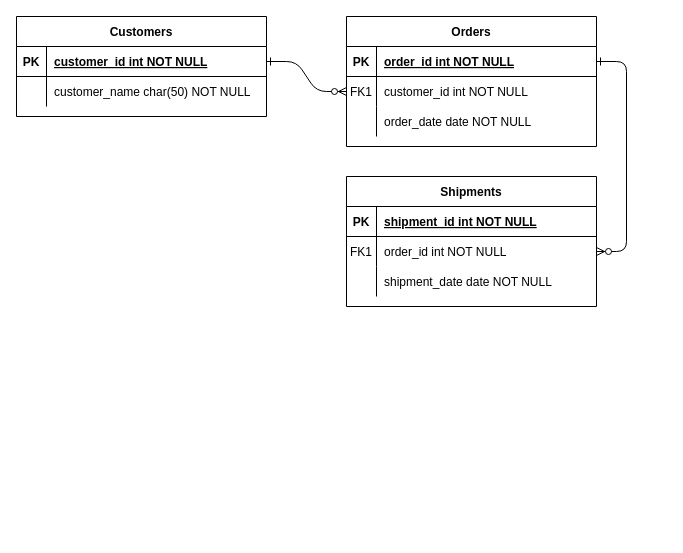
cienwfp/dbAula5 keeps this draw.io diagram as Untitled Diagram.drawio. Above is the earlier version. Source tidied: cells renumbered, new cells numbered last; positions are measured from the earlier drawing's top-left corner, leaving out a move shared by most shapes. Both pictures are drawn from the tidied source at 100%, with x=0, y=0 at pixel (16, 16).
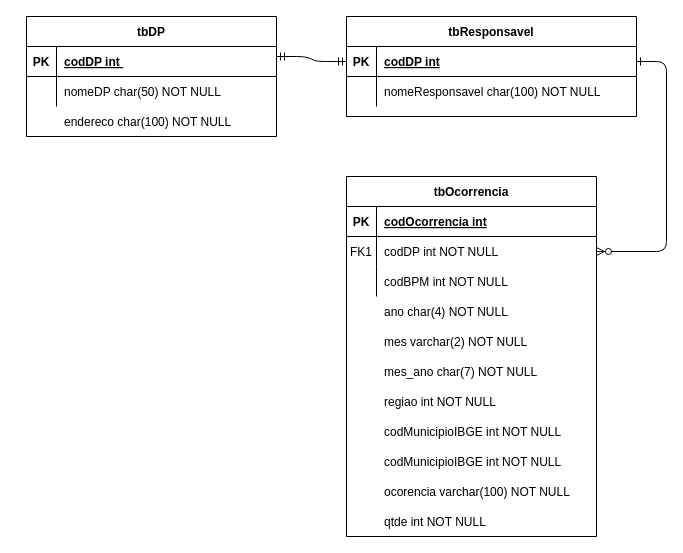
Above is the later version.

Unchanged cells that the change refers to:
```xml
<mxCell id="15" style="shape=partialRectangle;fillColor=none;top=0;left=0;right=0;bottom=1;" parent="14" vertex="1">
  <mxGeometry y="30" width="250" height="30" as="geometry" />
</mxCell>
<mxCell id="18" style="shape=partialRectangle;fillColor=none;points=[[0,0.5],[1,0.5]];portConstraint=eastwest;top=0;left=0;right=0;bottom=0;" parent="14" vertex="1">
  <mxGeometry y="60" width="250" height="30" as="geometry" />
</mxCell>
<mxCell id="21" style="shape=partialRectangle;fillColor=none;top=0;left=0;right=0;bottom=0;" parent="14" vertex="1">
  <mxGeometry y="90" width="250" height="30" as="geometry" />
</mxCell>
<mxCell id="25" style="shape=partialRectangle;fillColor=none;points=[[0,0.5],[1,0.5]];portConstraint=eastwest;top=0;left=0;right=0;bottom=1;" parent="24" vertex="1">
  <mxGeometry y="30" width="250" height="30" as="geometry" />
</mxCell>
<mxCell id="28" style="shape=partialRectangle;fillColor=none;top=0;left=0;right=0;bottom=0;" parent="24" vertex="1">
  <mxGeometry y="60" width="250" height="30" as="geometry" />
</mxCell>
```

Change to the diagram source:
```diff
@@
-    <mxCell id="2" style="edgeStyle=entityRelationEdgeStyle;endArrow=ERzeroToMany;startArrow=ERone;endFill=1;startFill=0;" parent="1" edge="1" source="25" target="8">
-      <mxGeometry relative="1" as="geometry" />
-    </mxCell>
@@
-    <mxCell id="4" value="Orders" style="shape=table;startSize=30;childLayout=tableLayout;rowLines=0;fontStyle=1;align=center;" parent="1" vertex="1">
-      <mxGeometry x="330" width="250" height="130" as="geometry" />
+    <mxCell id="4" value="tbResponsavel" style="shape=table;startSize=30;childLayout=tableLayout;rowLines=0;fontStyle=1;align=center;" parent="1" vertex="1">
+      <mxGeometry x="330" width="290" height="100" as="geometry" />
     </mxCell>
     <mxCell id="5" style="shape=partialRectangle;fillColor=none;points=[[0,0.5],[1,0.5]];portConstraint=eastwest;top=0;left=0;right=0;bottom=1;" parent="4" vertex="1">
-      <mxGeometry y="30" width="250" height="30" as="geometry" />
+      <mxGeometry y="30" width="290" height="30" as="geometry" />
     </mxCell>
@@
-    <mxCell id="7" value="order_id int NOT NULL " style="shape=partialRectangle;overflow=hidden;fillColor=none;top=0;left=0;bottom=0;right=0;align=left;spacingLeft=6;fontStyle=5;" parent="5" vertex="1">
-      <mxGeometry x="30" width="220" height="30" as="geometry" />
+    <mxCell id="7" value="codDP int" style="shape=partialRectangle;overflow=hidden;fillColor=none;top=0;left=0;bottom=0;right=0;align=left;spacingLeft=6;fontStyle=5;" parent="5" vertex="1">
+      <mxGeometry x="30" width="260" height="30" as="geometry" />
     </mxCell>
     <mxCell id="8" style="shape=partialRectangle;fillColor=none;points=[[0,0.5],[1,0.5]];portConstraint=eastwest;top=0;left=0;right=0;bottom=0;" parent="4" vertex="1">
-      <mxGeometry y="60" width="250" height="30" as="geometry" />
+      <mxGeometry y="60" width="290" height="30" as="geometry" />
     </mxCell>
-    <mxCell id="9" value="FK1" style="shape=partialRectangle;overflow=hidden;fillColor=none;top=0;left=0;bottom=0;right=0;" parent="8" vertex="1">
+    <mxCell id="9" style="shape=partialRectangle;overflow=hidden;fillColor=none;top=0;left=0;bottom=0;right=0;" parent="8" vertex="1">
       <mxGeometry width="30" height="30" as="geometry" />
     </mxCell>
-    <mxCell id="10" value="customer_id int NOT NULL" style="shape=partialRectangle;overflow=hidden;fillColor=none;top=0;left=0;bottom=0;right=0;align=left;spacingLeft=6;" parent="8" vertex="1">
-      <mxGeometry x="30" width="220" height="30" as="geometry" />
+    <mxCell id="10" value="nomeResponsavel char(100) NOT NULL" style="shape=partialRectangle;overflow=hidden;fillColor=none;top=0;left=0;bottom=0;right=0;align=left;spacingLeft=6;" parent="8" vertex="1">
+      <mxGeometry x="30" width="260" height="30" as="geometry" />
     </mxCell>
-    <mxCell id="11" style="shape=partialRectangle;fillColor=none;top=0;left=0;right=0;bottom=0;" parent="4" vertex="1">
-      <mxGeometry y="90" width="250" height="30" as="geometry" />
-    </mxCell>
-    <mxCell id="12" style="shape=partialRectangle;overflow=hidden;fillColor=none;top=0;left=0;bottom=0;right=0;" parent="11" vertex="1">
-      <mxGeometry width="30" height="30" as="geometry" />
-    </mxCell>
-    <mxCell id="13" value="order_date date NOT NULL" style="shape=partialRectangle;overflow=hidden;fillColor=none;top=0;left=0;bottom=0;right=0;align=left;spacingLeft=6;" parent="11" vertex="1">
-      <mxGeometry x="30" width="220" height="30" as="geometry" />
-    </mxCell>
-    <mxCell id="14" value="Shipments" style="shape=table;startSize=30;childLayout=tableLayout;rowLines=0;fontStyle=1;align=center;" parent="1" vertex="1">
-      <mxGeometry x="330" y="160" width="250" height="130" as="geometry" />
+    <mxCell id="14" value="tbOcorrencia" style="shape=table;startSize=30;childLayout=tableLayout;rowLines=0;fontStyle=1;align=center;" parent="1" vertex="1">
+      <mxGeometry x="330" y="160" width="250" height="360" as="geometry" />
     </mxCell>
@@
-    <mxCell id="17" value="shipment_id int NOT NULL " style="shape=partialRectangle;overflow=hidden;fillColor=none;top=0;left=0;bottom=0;right=0;align=left;spacingLeft=6;fontStyle=5;" parent="15" vertex="1">
+    <mxCell id="17" value="codOcorrencia int" style="shape=partialRectangle;overflow=hidden;fillColor=none;top=0;left=0;bottom=0;right=0;align=left;spacingLeft=6;fontStyle=5;" parent="15" vertex="1">
       <mxGeometry x="30" width="220" height="30" as="geometry" />
     </mxCell>
@@
-    <mxCell id="20" value="order_id int NOT NULL" style="shape=partialRectangle;overflow=hidden;fillColor=none;top=0;left=0;bottom=0;right=0;align=left;spacingLeft=6;" parent="18" vertex="1">
+    <mxCell id="20" value="codDP int NOT NULL" style="shape=partialRectangle;overflow=hidden;fillColor=none;top=0;left=0;bottom=0;right=0;align=left;spacingLeft=6;" parent="18" vertex="1">
       <mxGeometry x="30" width="220" height="30" as="geometry" />
     </mxCell>
@@
-    <mxCell id="23" value="shipment_date date NOT NULL" style="shape=partialRectangle;overflow=hidden;fillColor=none;top=0;left=0;bottom=0;right=0;align=left;spacingLeft=6;" parent="21" vertex="1">
+    <mxCell id="23" value="codBPM int NOT NULL" style="shape=partialRectangle;overflow=hidden;fillColor=none;top=0;left=0;bottom=0;right=0;align=left;spacingLeft=6;" parent="21" vertex="1">
       <mxGeometry x="30" width="220" height="30" as="geometry" />
     </mxCell>
-    <mxCell id="24" value="Customers" style="shape=table;startSize=30;childLayout=tableLayout;rowLines=0;fontStyle=1;align=center;" parent="1" vertex="1">
-      <mxGeometry width="250" height="100" as="geometry" />
+    <mxCell id="24" value="tbDP" style="shape=table;startSize=30;childLayout=tableLayout;rowLines=0;fontStyle=1;align=center;" parent="1" vertex="1">
+      <mxGeometry x="10" width="250" height="120" as="geometry" />
     </mxCell>
@@
-    <mxCell id="27" value="customer_id int NOT NULL " style="shape=partialRectangle;overflow=hidden;fillColor=none;top=0;left=0;bottom=0;right=0;align=left;spacingLeft=6;fontStyle=5;" parent="25" vertex="1">
+    <mxCell id="27" value="codDP int " style="shape=partialRectangle;overflow=hidden;fillColor=none;top=0;left=0;bottom=0;right=0;align=left;spacingLeft=6;fontStyle=5;" parent="25" vertex="1">
       <mxGeometry x="30" width="220" height="30" as="geometry" />
     </mxCell>
@@
-    <mxCell id="30" value="customer_name char(50) NOT NULL" style="shape=partialRectangle;overflow=hidden;fillColor=none;top=0;left=0;bottom=0;right=0;align=left;spacingLeft=6;" parent="28" vertex="1">
+    <mxCell id="30" value="nomeDP char(50) NOT NULL" style="shape=partialRectangle;overflow=hidden;fillColor=none;top=0;left=0;bottom=0;right=0;align=left;spacingLeft=6;" parent="28" vertex="1">
       <mxGeometry x="30" width="220" height="30" as="geometry" />
     </mxCell>
+    <mxCell id="31" value="endereco char(100) NOT NULL" style="shape=partialRectangle;overflow=hidden;fillColor=none;top=0;left=0;bottom=0;right=0;align=left;spacingLeft=6;" parent="1" vertex="1">
+      <mxGeometry x="40" y="90" width="220" height="30" as="geometry" />
+    </mxCell>
+    <mxCell id="32" style="edgeStyle=entityRelationEdgeStyle;fontSize=12;html=1;endArrow=ERmandOne;startArrow=ERmandOne;entryX=0;entryY=0.5;entryDx=0;entryDy=0;" parent="1" edge="1" target="5">
+      <mxGeometry relative="1" as="geometry">
+        <mxPoint x="260" y="40" as="sourcePoint" />
+      </mxGeometry>
+    </mxCell>
+    <mxCell id="33" style="shape=partialRectangle;fillColor=none;top=0;left=0;right=0;bottom=0;" parent="1" vertex="1">
+      <mxGeometry x="330" y="280" width="250" height="30" as="geometry" />
+    </mxCell>
+    <mxCell id="34" style="shape=partialRectangle;overflow=hidden;fillColor=none;top=0;left=0;bottom=0;right=0;" parent="33" vertex="1">
+      <mxGeometry width="30" height="30" as="geometry" />
+    </mxCell>
+    <mxCell id="35" value="ano char(4) NOT NULL" style="shape=partialRectangle;overflow=hidden;fillColor=none;top=0;left=0;bottom=0;right=0;align=left;spacingLeft=6;" parent="33" vertex="1">
+      <mxGeometry x="30" width="220" height="30" as="geometry" />
+    </mxCell>
+    <mxCell id="36" style="shape=partialRectangle;fillColor=none;top=0;left=0;right=0;bottom=0;" parent="1" vertex="1">
+      <mxGeometry x="330" y="310" width="250" height="30" as="geometry" />
+    </mxCell>
+    <mxCell id="37" style="shape=partialRectangle;overflow=hidden;fillColor=none;top=0;left=0;bottom=0;right=0;" parent="36" vertex="1">
+      <mxGeometry width="30" height="30" as="geometry" />
+    </mxCell>
+    <mxCell id="38" value="mes varchar(2) NOT NULL" style="shape=partialRectangle;overflow=hidden;fillColor=none;top=0;left=0;bottom=0;right=0;align=left;spacingLeft=6;" parent="36" vertex="1">
+      <mxGeometry x="30" width="220" height="30" as="geometry" />
+    </mxCell>
+    <mxCell id="39" style="shape=partialRectangle;fillColor=none;top=0;left=0;right=0;bottom=0;" parent="1" vertex="1">
+      <mxGeometry x="330" y="340" width="250" height="30" as="geometry" />
+    </mxCell>
+    <mxCell id="40" style="shape=partialRectangle;overflow=hidden;fillColor=none;top=0;left=0;bottom=0;right=0;" parent="39" vertex="1">
+      <mxGeometry width="30" height="30" as="geometry" />
+    </mxCell>
+    <mxCell id="41" value="mes_ano char(7) NOT NULL" style="shape=partialRectangle;overflow=hidden;fillColor=none;top=0;left=0;bottom=0;right=0;align=left;spacingLeft=6;" parent="39" vertex="1">
+      <mxGeometry x="30" width="220" height="30" as="geometry" />
+    </mxCell>
+    <mxCell id="42" style="shape=partialRectangle;fillColor=none;top=0;left=0;right=0;bottom=0;" parent="1" vertex="1">
+      <mxGeometry x="330" y="370" width="250" height="30" as="geometry" />
+    </mxCell>
+    <mxCell id="43" style="shape=partialRectangle;overflow=hidden;fillColor=none;top=0;left=0;bottom=0;right=0;" parent="42" vertex="1">
+      <mxGeometry width="30" height="30" as="geometry" />
+    </mxCell>
+    <mxCell id="44" value="regiao int NOT NULL" style="shape=partialRectangle;overflow=hidden;fillColor=none;top=0;left=0;bottom=0;right=0;align=left;spacingLeft=6;" parent="42" vertex="1">
+      <mxGeometry x="30" width="220" height="30" as="geometry" />
+    </mxCell>
+    <mxCell id="45" style="shape=partialRectangle;fillColor=none;top=0;left=0;right=0;bottom=0;" parent="1" vertex="1">
+      <mxGeometry x="330" y="400" width="250" height="30" as="geometry" />
+    </mxCell>
+    <mxCell id="46" style="shape=partialRectangle;overflow=hidden;fillColor=none;top=0;left=0;bottom=0;right=0;" parent="45" vertex="1">
+      <mxGeometry width="30" height="30" as="geometry" />
+    </mxCell>
+    <mxCell id="47" value="codMunicipioIBGE int NOT NULL" style="shape=partialRectangle;overflow=hidden;fillColor=none;top=0;left=0;bottom=0;right=0;align=left;spacingLeft=6;" parent="45" vertex="1">
+      <mxGeometry x="30" width="220" height="30" as="geometry" />
+    </mxCell>
+    <mxCell id="48" style="shape=partialRectangle;fillColor=none;top=0;left=0;right=0;bottom=0;" parent="1" vertex="1">
+      <mxGeometry x="330" y="430" width="250" height="30" as="geometry" />
+    </mxCell>
+    <mxCell id="49" style="shape=partialRectangle;overflow=hidden;fillColor=none;top=0;left=0;bottom=0;right=0;" parent="48" vertex="1">
+      <mxGeometry width="30" height="30" as="geometry" />
+    </mxCell>
+    <mxCell id="50" value="codMunicipioIBGE int NOT NULL" style="shape=partialRectangle;overflow=hidden;fillColor=none;top=0;left=0;bottom=0;right=0;align=left;spacingLeft=6;" parent="48" vertex="1">
+      <mxGeometry x="30" width="220" height="30" as="geometry" />
+    </mxCell>
+    <mxCell id="51" style="shape=partialRectangle;fillColor=none;top=0;left=0;right=0;bottom=0;" parent="1" vertex="1">
+      <mxGeometry x="330" y="460" width="250" height="30" as="geometry" />
+    </mxCell>
+    <mxCell id="52" style="shape=partialRectangle;overflow=hidden;fillColor=none;top=0;left=0;bottom=0;right=0;" parent="51" vertex="1">
+      <mxGeometry width="30" height="30" as="geometry" />
+    </mxCell>
+    <mxCell id="53" value="ocorencia varchar(100) NOT NULL" style="shape=partialRectangle;overflow=hidden;fillColor=none;top=0;left=0;bottom=0;right=0;align=left;spacingLeft=6;" parent="51" vertex="1">
+      <mxGeometry x="30" width="220" height="30" as="geometry" />
+    </mxCell>
+    <mxCell id="54" style="shape=partialRectangle;fillColor=none;top=0;left=0;right=0;bottom=0;" parent="1" vertex="1">
+      <mxGeometry x="330" y="490" width="250" height="30" as="geometry" />
+    </mxCell>
+    <mxCell id="55" style="shape=partialRectangle;overflow=hidden;fillColor=none;top=0;left=0;bottom=0;right=0;" parent="54" vertex="1">
+      <mxGeometry width="30" height="30" as="geometry" />
+    </mxCell>
+    <mxCell id="56" value="qtde int NOT NULL" style="shape=partialRectangle;overflow=hidden;fillColor=none;top=0;left=0;bottom=0;right=0;align=left;spacingLeft=6;" parent="54" vertex="1">
+      <mxGeometry x="30" width="220" height="30" as="geometry" />
+    </mxCell>
```
